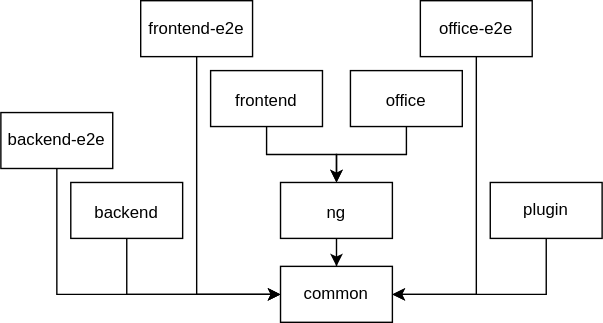
HugoMendes98/graph-flow keeps this draw.io diagram as docs/styleguide/images/styleguide-hierarchy.drawio.svg. Above is the earlier version. Source tidied: cells renumbered, new cells last; positions are measured from the earlier drawing's top-left corner, leaving out a move shared by most shapes. Its diagram source:
```xml
<mxGraphModel>
  <root>
    <mxCell id="0" />
    <mxCell id="1" parent="0" />
    <mxCell id="2" value="common&lt;br&gt;" style="rounded=0;spacing=2;html=1;whiteSpace=wrap;spacingBottom=0;" parent="1" vertex="1">
      <mxGeometry x="200" y="190" width="80" height="40" as="geometry" />
    </mxCell>
    <mxCell id="3" style="edgeStyle=orthogonalEdgeStyle;rounded=0;jettySize=auto;html=1;sourcePortConstraint=south;" parent="1" edge="1" source="4" target="2">
      <mxGeometry relative="1" as="geometry" />
    </mxCell>
    <mxCell id="4" value="&lt;div style=&quot;text-align: left;&quot;&gt;&lt;span style=&quot;background-color: initial;&quot;&gt;backend&lt;/span&gt;&lt;span style=&quot;background-color: initial;&quot;&gt;-e2e&lt;/span&gt;&lt;/div&gt;" style="rounded=0;whiteSpace=wrap;html=1;spacingBottom=0;" parent="1" vertex="1">
      <mxGeometry y="80" width="80" height="40" as="geometry" />
    </mxCell>
    <mxCell id="5" style="edgeStyle=orthogonalEdgeStyle;rounded=0;jettySize=auto;html=1;sourcePortConstraint=south;" parent="1" edge="1" source="6" target="2">
      <mxGeometry relative="1" as="geometry" />
    </mxCell>
    <mxCell id="6" value="&lt;h1 style=&quot;text-align: left;&quot;&gt;&lt;span style=&quot;font-size: 12px; font-weight: 400;&quot;&gt;backend&lt;/span&gt;&lt;br&gt;&lt;/h1&gt;" style="rounded=0;whiteSpace=wrap;html=1;spacingBottom=5;" parent="1" vertex="1">
      <mxGeometry x="50" y="130" width="80" height="40" as="geometry" />
    </mxCell>
    <mxCell id="7" style="edgeStyle=orthogonalEdgeStyle;rounded=0;jettySize=auto;html=1;sourcePortConstraint=south;" parent="1" edge="1" source="8" target="2">
      <mxGeometry relative="1" as="geometry" />
    </mxCell>
    <mxCell id="8" value="&lt;div style=&quot;text-align: left;&quot;&gt;&lt;span style=&quot;background-color: initial;&quot;&gt;frontend&lt;/span&gt;&lt;span style=&quot;background-color: initial;&quot;&gt;-e2e&lt;/span&gt;&lt;/div&gt;" style="rounded=0;whiteSpace=wrap;html=1;spacingBottom=0;" parent="1" vertex="1">
      <mxGeometry x="100" width="80" height="40" as="geometry" />
    </mxCell>
    <mxCell id="9" style="edgeStyle=orthogonalEdgeStyle;rounded=0;jettySize=auto;html=1;sourcePortConstraint=south;" parent="1" edge="1" source="10" target="18">
      <mxGeometry relative="1" as="geometry" />
    </mxCell>
    <mxCell id="10" value="&lt;h1 style=&quot;&quot;&gt;&lt;span style=&quot;font-size: 12px; font-weight: 400;&quot;&gt;frontend&lt;/span&gt;&lt;br&gt;&lt;/h1&gt;" style="rounded=0;whiteSpace=wrap;html=1;verticalAlign=middle;horizontal=1;align=center;spacing=2;spacingTop=0;spacingBottom=5;labelPosition=center;verticalLabelPosition=middle;" parent="1" vertex="1">
      <mxGeometry x="150" y="50" width="80" height="40" as="geometry" />
    </mxCell>
    <mxCell id="11" style="edgeStyle=orthogonalEdgeStyle;rounded=0;jettySize=auto;html=1;sourcePortConstraint=south;" parent="1" edge="1" source="12" target="2">
      <mxGeometry relative="1" as="geometry" />
    </mxCell>
    <mxCell id="12" value="&lt;div style=&quot;text-align: left;&quot;&gt;&lt;span style=&quot;background-color: initial;&quot;&gt;office&lt;/span&gt;&lt;span style=&quot;background-color: initial;&quot;&gt;-e2e&lt;/span&gt;&lt;/div&gt;" style="rounded=0;whiteSpace=wrap;html=1;spacingBottom=0;" parent="1" vertex="1">
      <mxGeometry x="300" width="80" height="40" as="geometry" />
    </mxCell>
    <mxCell id="13" style="edgeStyle=orthogonalEdgeStyle;rounded=0;jettySize=auto;html=1;sourcePortConstraint=south;" parent="1" edge="1" source="14" target="18">
      <mxGeometry relative="1" as="geometry" />
    </mxCell>
    <mxCell id="14" value="&lt;h1 style=&quot;text-align: left;&quot;&gt;&lt;span style=&quot;font-size: 12px; font-weight: 400;&quot;&gt;office&lt;/span&gt;&lt;br&gt;&lt;/h1&gt;" style="rounded=0;whiteSpace=wrap;html=1;spacingBottom=5;" parent="1" vertex="1">
      <mxGeometry x="250" y="50" width="80" height="40" as="geometry" />
    </mxCell>
    <mxCell id="15" style="edgeStyle=orthogonalEdgeStyle;rounded=0;jettySize=auto;html=1;sourcePortConstraint=south;" parent="1" edge="1" source="16" target="2">
      <mxGeometry relative="1" as="geometry" />
    </mxCell>
    <mxCell id="16" value="&lt;div style=&quot;text-align: left;&quot;&gt;plugin&lt;br&gt;&lt;/div&gt;" style="rounded=0;whiteSpace=wrap;html=1;spacingBottom=0;" parent="1" vertex="1">
      <mxGeometry x="350" y="130" width="80" height="40" as="geometry" />
    </mxCell>
    <mxCell id="17" style="edgeStyle=orthogonalEdgeStyle;rounded=0;jettySize=auto;html=1;sourcePortConstraint=south;" parent="1" edge="1" source="18" target="2">
      <mxGeometry relative="1" as="geometry" />
    </mxCell>
    <mxCell id="18" value="&lt;h1 style=&quot;text-align: left;&quot;&gt;&lt;span style=&quot;font-size: 12px; font-weight: 400;&quot;&gt;ng&lt;/span&gt;&lt;br&gt;&lt;/h1&gt;" style="rounded=0;whiteSpace=wrap;html=1;spacingBottom=5;" parent="1" vertex="1">
      <mxGeometry x="200" y="130" width="80" height="40" as="geometry" />
    </mxCell>
  </root>
</mxGraphModel>
```
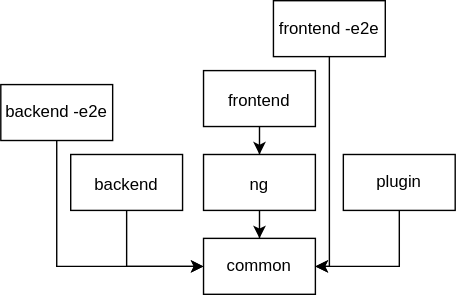
Later version of the same file.

Commit message:
docs(boiler): remove `back-office` boiler doc and update `git commit message` doc

Change to the diagram source:
```diff
@@ -9,43 +9,35 @@
       <mxGeometry relative="1" as="geometry" />
     </mxCell>
     <mxCell id="4" value="&lt;div style=&quot;text-align: left;&quot;&gt;&lt;span style=&quot;background-color: initial;&quot;&gt;backend&lt;/span&gt;&lt;span style=&quot;background-color: initial;&quot;&gt;-e2e&lt;/span&gt;&lt;/div&gt;" style="rounded=0;whiteSpace=wrap;html=1;spacingBottom=0;" parent="1" vertex="1">
-      <mxGeometry y="80" width="80" height="40" as="geometry" />
+      <mxGeometry x="55" y="80" width="80" height="40" as="geometry" />
     </mxCell>
     <mxCell id="5" style="edgeStyle=orthogonalEdgeStyle;rounded=0;jettySize=auto;html=1;sourcePortConstraint=south;" parent="1" edge="1" source="6" target="2">
       <mxGeometry relative="1" as="geometry" />
     </mxCell>
     <mxCell id="6" value="&lt;h1 style=&quot;text-align: left;&quot;&gt;&lt;span style=&quot;font-size: 12px; font-weight: 400;&quot;&gt;backend&lt;/span&gt;&lt;br&gt;&lt;/h1&gt;" style="rounded=0;whiteSpace=wrap;html=1;spacingBottom=5;" parent="1" vertex="1">
-      <mxGeometry x="50" y="130" width="80" height="40" as="geometry" />
+      <mxGeometry x="105" y="130" width="80" height="40" as="geometry" />
     </mxCell>
-    <mxCell id="7" style="edgeStyle=orthogonalEdgeStyle;rounded=0;jettySize=auto;html=1;sourcePortConstraint=south;" parent="1" edge="1" source="8" target="2">
-      <mxGeometry relative="1" as="geometry" />
+    <mxCell id="7" style="edgeStyle=orthogonalEdgeStyle;rounded=0;jettySize=auto;html=1;sourcePortConstraint=south;exitX=0.5;exitY=1;exitDx=0;exitDy=0;" parent="1" edge="1" source="8" target="2">
+      <mxGeometry relative="1" as="geometry">
+        <Array as="points">
+          <mxPoint x="290" y="210" />
+        </Array>
+      </mxGeometry>
     </mxCell>
     <mxCell id="8" value="&lt;div style=&quot;text-align: left;&quot;&gt;&lt;span style=&quot;background-color: initial;&quot;&gt;frontend&lt;/span&gt;&lt;span style=&quot;background-color: initial;&quot;&gt;-e2e&lt;/span&gt;&lt;/div&gt;" style="rounded=0;whiteSpace=wrap;html=1;spacingBottom=0;" parent="1" vertex="1">
-      <mxGeometry x="100" width="80" height="40" as="geometry" />
+      <mxGeometry x="250" y="20" width="80" height="40" as="geometry" />
     </mxCell>
     <mxCell id="9" style="edgeStyle=orthogonalEdgeStyle;rounded=0;jettySize=auto;html=1;sourcePortConstraint=south;" parent="1" edge="1" source="10" target="18">
       <mxGeometry relative="1" as="geometry" />
     </mxCell>
     <mxCell id="10" value="&lt;h1 style=&quot;&quot;&gt;&lt;span style=&quot;font-size: 12px; font-weight: 400;&quot;&gt;frontend&lt;/span&gt;&lt;br&gt;&lt;/h1&gt;" style="rounded=0;whiteSpace=wrap;html=1;verticalAlign=middle;horizontal=1;align=center;spacing=2;spacingTop=0;spacingBottom=5;labelPosition=center;verticalLabelPosition=middle;" parent="1" vertex="1">
-      <mxGeometry x="150" y="50" width="80" height="40" as="geometry" />
+      <mxGeometry x="200" y="70" width="80" height="40" as="geometry" />
     </mxCell>
-    <mxCell id="11" style="edgeStyle=orthogonalEdgeStyle;rounded=0;jettySize=auto;html=1;sourcePortConstraint=south;" parent="1" edge="1" source="12" target="2">
-      <mxGeometry relative="1" as="geometry" />
-    </mxCell>
-    <mxCell id="12" value="&lt;div style=&quot;text-align: left;&quot;&gt;&lt;span style=&quot;background-color: initial;&quot;&gt;office&lt;/span&gt;&lt;span style=&quot;background-color: initial;&quot;&gt;-e2e&lt;/span&gt;&lt;/div&gt;" style="rounded=0;whiteSpace=wrap;html=1;spacingBottom=0;" parent="1" vertex="1">
-      <mxGeometry x="300" width="80" height="40" as="geometry" />
-    </mxCell>
-    <mxCell id="13" style="edgeStyle=orthogonalEdgeStyle;rounded=0;jettySize=auto;html=1;sourcePortConstraint=south;" parent="1" edge="1" source="14" target="18">
-      <mxGeometry relative="1" as="geometry" />
-    </mxCell>
-    <mxCell id="14" value="&lt;h1 style=&quot;text-align: left;&quot;&gt;&lt;span style=&quot;font-size: 12px; font-weight: 400;&quot;&gt;office&lt;/span&gt;&lt;br&gt;&lt;/h1&gt;" style="rounded=0;whiteSpace=wrap;html=1;spacingBottom=5;" parent="1" vertex="1">
-      <mxGeometry x="250" y="50" width="80" height="40" as="geometry" />
-    </mxCell>
     <mxCell id="15" style="edgeStyle=orthogonalEdgeStyle;rounded=0;jettySize=auto;html=1;sourcePortConstraint=south;" parent="1" edge="1" source="16" target="2">
       <mxGeometry relative="1" as="geometry" />
     </mxCell>
     <mxCell id="16" value="&lt;div style=&quot;text-align: left;&quot;&gt;plugin&lt;br&gt;&lt;/div&gt;" style="rounded=0;whiteSpace=wrap;html=1;spacingBottom=0;" parent="1" vertex="1">
-      <mxGeometry x="350" y="130" width="80" height="40" as="geometry" />
+      <mxGeometry x="300" y="130" width="80" height="40" as="geometry" />
     </mxCell>
     <mxCell id="17" style="edgeStyle=orthogonalEdgeStyle;rounded=0;jettySize=auto;html=1;sourcePortConstraint=south;" parent="1" edge="1" source="18" target="2">
       <mxGeometry relative="1" as="geometry" />
```
